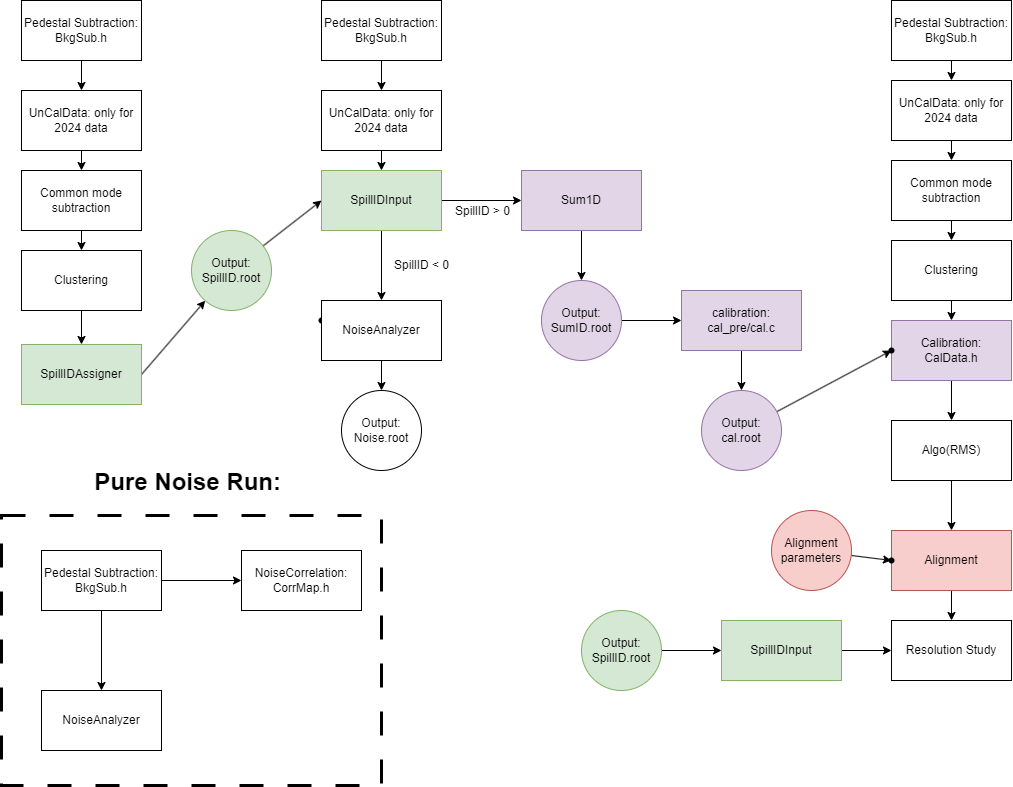
This is doc/data_analyse.drawio.png from Frosch-Qin/HITPAT_data_analyse_2024_08_08, a draw.io export, as it was before one commit. Source tidied: cells renumbered, new cells last; positions are measured from the earlier drawing's top-left corner, leaving out a move shared by most shapes.
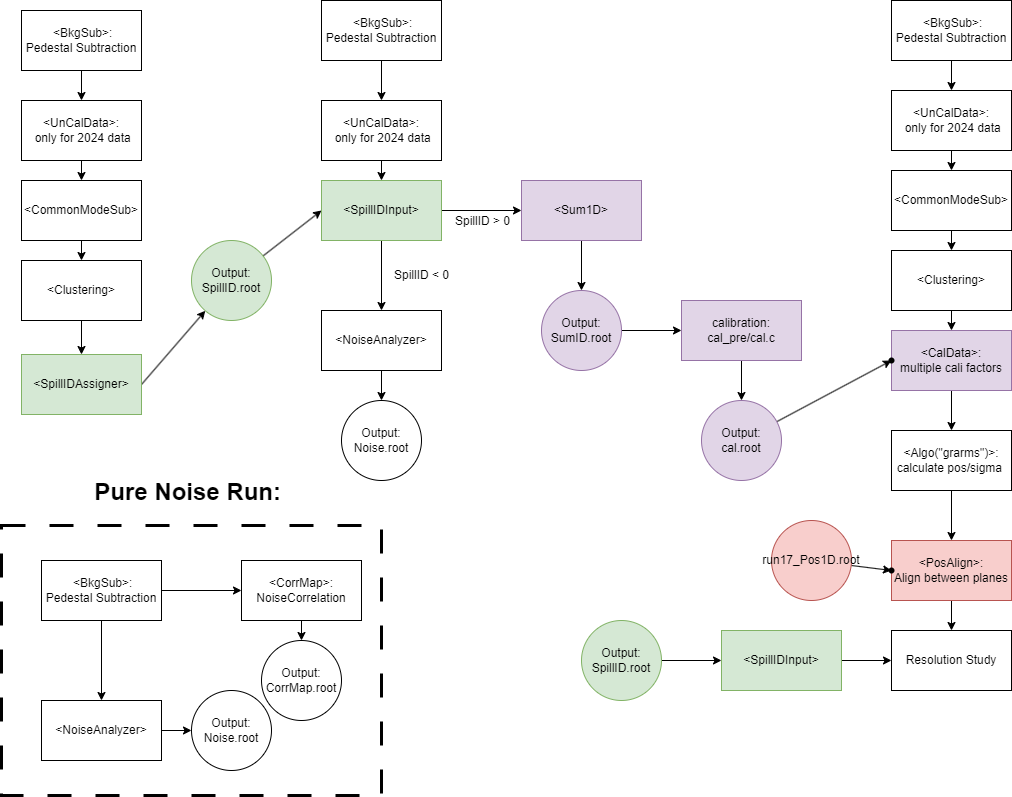
Above is the later version.

Commit message:
update .png block name with functions

Change to the diagram source:
```diff
@@ -8,19 +8,19 @@
     <mxCell id="3" style="edgeStyle=none;html=1;" parent="1" edge="1" source="4" target="40">
       <mxGeometry relative="1" as="geometry" />
     </mxCell>
-    <mxCell id="4" value="Pedestal Subtraction: BkgSub.h" style="rounded=0;whiteSpace=wrap;html=1;" parent="1" vertex="1">
+    <mxCell id="4" value="&amp;nbsp;&amp;lt;BkgSub&amp;gt;:&lt;div&gt;&lt;span style=&quot;color: rgb(0, 0, 0);&quot;&gt;Pedestal Subtraction&lt;/span&gt;&lt;/div&gt;" style="rounded=0;whiteSpace=wrap;html=1;" parent="1" vertex="1">
       <mxGeometry x="20" width="120" height="60" as="geometry" />
     </mxCell>
     <mxCell id="5" style="edgeStyle=none;html=1;" parent="1" edge="1" source="6" target="8">
       <mxGeometry relative="1" as="geometry" />
     </mxCell>
-    <mxCell id="6" value="Clustering" style="rounded=0;whiteSpace=wrap;html=1;" parent="1" vertex="1">
+    <mxCell id="6" value="&amp;lt;Clustering&amp;gt;" style="rounded=0;whiteSpace=wrap;html=1;" parent="1" vertex="1">
       <mxGeometry x="20" y="250" width="120" height="60" as="geometry" />
     </mxCell>
     <mxCell id="7" style="edgeStyle=none;html=1;exitX=1;exitY=0.5;exitDx=0;exitDy=0;" parent="1" edge="1" source="8" target="10">
       <mxGeometry relative="1" as="geometry" />
     </mxCell>
-    <mxCell id="8" value="SpillIDAssigner" style="rounded=0;whiteSpace=wrap;html=1;fillColor=#d5e8d4;strokeColor=#82b366;" parent="1" vertex="1">
+    <mxCell id="8" value="&amp;lt;SpillIDAssigner&amp;gt;" style="rounded=0;whiteSpace=wrap;html=1;fillColor=#d5e8d4;strokeColor=#82b366;" parent="1" vertex="1">
       <mxGeometry x="20" y="344" width="120" height="60" as="geometry" />
     </mxCell>
     <mxCell id="9" style="edgeStyle=none;html=1;entryX=0;entryY=0.5;entryDx=0;entryDy=0;" parent="1" edge="1" source="10" target="16">
@@ -29,12 +29,6 @@
     <mxCell id="10" value="&lt;span style=&quot;color: rgb(0, 0, 0);&quot;&gt;Output: SpillID.root&lt;/span&gt;" style="ellipse;whiteSpace=wrap;html=1;rounded=0;fillColor=#d5e8d4;strokeColor=#82b366;" parent="1" vertex="1">
       <mxGeometry x="190" y="230" width="80" height="80" as="geometry" />
     </mxCell>
-    <mxCell id="11" style="edgeStyle=none;html=1;" parent="1" edge="1" source="12" target="42">
-      <mxGeometry relative="1" as="geometry" />
-    </mxCell>
-    <mxCell id="12" value="Pedestal Subtraction: BkgSub.h" style="rounded=0;whiteSpace=wrap;html=1;" parent="1" vertex="1">
-      <mxGeometry x="320" width="120" height="60" as="geometry" />
-    </mxCell>
     <mxCell id="13" style="edgeStyle=none;html=1;" parent="1" edge="1" source="16" target="19">
       <mxGeometry relative="1" as="geometry" />
     </mxCell>
@@ -46,40 +40,39 @@
         <mxPoint y="5" as="offset" />
       </mxGeometry>
     </mxCell>
-    <mxCell id="16" value="SpillIDInput" style="rounded=0;whiteSpace=wrap;html=1;fillColor=#d5e8d4;strokeColor=#82b366;" parent="1" vertex="1">
+    <mxCell id="16" value="&amp;lt;SpillIDInput&amp;gt;" style="rounded=0;whiteSpace=wrap;html=1;fillColor=#d5e8d4;strokeColor=#82b366;" parent="1" vertex="1">
       <mxGeometry x="320" y="170" width="120" height="60" as="geometry" />
     </mxCell>
-    <mxCell id="17" style="shape=waypoint;sketch=0;size=6;fillColor=default;perimeter=centerPerimeter;rounded=0;" parent="1" vertex="1">
-      <mxGeometry x="310" y="310" width="20" height="20" as="geometry" />
-    </mxCell>
     <mxCell id="18" style="edgeStyle=none;html=1;" parent="1" edge="1" source="19" target="30">
       <mxGeometry relative="1" as="geometry" />
     </mxCell>
-    <mxCell id="19" value="NoiseAnalyzer" style="rounded=0;whiteSpace=wrap;html=1;" parent="1" vertex="1">
+    <mxCell id="19" value="&lt;span style=&quot;color: rgb(0, 0, 0);&quot;&gt;&amp;lt;NoiseAnalyzer&amp;gt;&lt;/span&gt;" style="rounded=0;whiteSpace=wrap;html=1;" parent="1" vertex="1">
       <mxGeometry x="320" y="300" width="120" height="60" as="geometry" />
     </mxCell>
     <mxCell id="20" value="SpillID &amp;lt; 0" style="text;html=1;align=center;verticalAlign=middle;strokeColor=none;fillColor=none;" parent="1" vertex="1">
       <mxGeometry x="380" y="250" width="80" height="30" as="geometry" />
     </mxCell>
-    <mxCell id="21" style="edgeStyle=none;html=1;" parent="1" edge="1" source="23" target="24">
-      <mxGeometry relative="1" as="geometry" />
-    </mxCell>
-    <mxCell id="22" style="edgeStyle=none;html=1;" parent="1" edge="1" source="23" target="25">
-      <mxGeometry relative="1" as="geometry" />
+    <mxCell id="22" style="edgeStyle=none;html=1;" parent="1" edge="1" target="25">
+      <mxGeometry relative="1" as="geometry">
+        <mxPoint x="160" y="580" as="sourcePoint" />
+      </mxGeometry>
     </mxCell>
-    <mxCell id="23" value="Pedestal Subtraction: BkgSub.h" style="rounded=0;whiteSpace=wrap;html=1;" parent="1" vertex="1">
-      <mxGeometry x="40" y="550" width="120" height="60" as="geometry" />
-    </mxCell>
+    <mxCell id="64" style="edgeStyle=none;html=1;" parent="1" edge="1" source="24" target="72">
+      <mxGeometry relative="1" as="geometry" />
+    </mxCell>
-    <mxCell id="24" value="NoiseAnalyzer" style="rounded=0;whiteSpace=wrap;html=1;" parent="1" vertex="1">
+    <mxCell id="24" value="&amp;lt;NoiseAnalyzer&amp;gt;" style="rounded=0;whiteSpace=wrap;html=1;" parent="1" vertex="1">
       <mxGeometry x="40" y="690" width="120" height="60" as="geometry" />
     </mxCell>
+    <mxCell id="65" style="edgeStyle=none;html=1;" parent="1" edge="1" source="25" target="73">
+      <mxGeometry relative="1" as="geometry" />
+    </mxCell>
-    <mxCell id="25" value="NoiseCorrelation:&lt;div&gt;CorrMap.h&lt;/div&gt;" style="rounded=0;whiteSpace=wrap;html=1;" parent="1" vertex="1">
+    <mxCell id="25" value="&lt;div&gt;&amp;lt;CorrMap&amp;gt;:&lt;/div&gt;&lt;div&gt;&lt;span style=&quot;color: rgb(0, 0, 0);&quot;&gt;NoiseCorrelation&lt;/span&gt;&lt;/div&gt;" style="rounded=0;whiteSpace=wrap;html=1;" parent="1" vertex="1">
       <mxGeometry x="240" y="550" width="120" height="60" as="geometry" />
     </mxCell>
     <mxCell id="26" style="edgeStyle=none;html=1;" parent="1" edge="1" source="27" target="29">
       <mxGeometry relative="1" as="geometry" />
     </mxCell>
-    <mxCell id="27" value="Sum1D" style="rounded=0;whiteSpace=wrap;html=1;fillColor=#e1d5e7;strokeColor=#9673a6;" parent="1" vertex="1">
+    <mxCell id="27" value="&amp;lt;Sum1D&amp;gt;" style="rounded=0;whiteSpace=wrap;html=1;fillColor=#e1d5e7;strokeColor=#9673a6;" parent="1" vertex="1">
       <mxGeometry x="520" y="170" width="120" height="60" as="geometry" />
     </mxCell>
     <mxCell id="28" style="edgeStyle=none;html=1;" parent="1" edge="1" source="29" target="32">
@@ -103,52 +96,46 @@
     <mxCell id="34" value="Output: cal.root" style="ellipse;whiteSpace=wrap;html=1;rounded=0;fillColor=#e1d5e7;strokeColor=#9673a6;" parent="1" vertex="1">
       <mxGeometry x="700" y="390" width="80" height="80" as="geometry" />
     </mxCell>
-    <mxCell id="35" style="edgeStyle=none;html=1;entryX=0.5;entryY=0;entryDx=0;entryDy=0;" parent="1" edge="1" source="36" target="48">
-      <mxGeometry relative="1" as="geometry" />
-    </mxCell>
-    <mxCell id="36" value="Pedestal Subtraction: BkgSub.h" style="rounded=0;whiteSpace=wrap;html=1;" parent="1" vertex="1">
-      <mxGeometry x="890" width="120" height="60" as="geometry" />
-    </mxCell>
     <mxCell id="37" style="edgeStyle=none;html=1;" parent="1" edge="1" source="38" target="6">
       <mxGeometry relative="1" as="geometry" />
     </mxCell>
-    <mxCell id="38" value="Common mode subtraction" style="rounded=0;whiteSpace=wrap;html=1;" parent="1" vertex="1">
+    <mxCell id="38" value="&amp;lt;CommonModeSub&amp;gt;" style="rounded=0;whiteSpace=wrap;html=1;" parent="1" vertex="1">
       <mxGeometry x="20" y="170" width="120" height="60" as="geometry" />
     </mxCell>
     <mxCell id="39" style="edgeStyle=none;html=1;" parent="1" edge="1" source="40" target="38">
       <mxGeometry relative="1" as="geometry" />
     </mxCell>
-    <mxCell id="40" value="UnCalData: only for 2024 data" style="rounded=0;whiteSpace=wrap;html=1;" parent="1" vertex="1">
+    <mxCell id="40" value="&amp;lt;UnCalData&amp;gt;:&lt;div&gt;&amp;nbsp;only for 2024 data&lt;/div&gt;" style="rounded=0;whiteSpace=wrap;html=1;" parent="1" vertex="1">
       <mxGeometry x="20" y="90" width="120" height="60" as="geometry" />
     </mxCell>
     <mxCell id="41" style="edgeStyle=none;html=1;entryX=0.5;entryY=0;entryDx=0;entryDy=0;" parent="1" edge="1" source="42" target="16">
       <mxGeometry relative="1" as="geometry" />
     </mxCell>
-    <mxCell id="42" value="UnCalData: only for 2024 data" style="rounded=0;whiteSpace=wrap;html=1;" parent="1" vertex="1">
+    <mxCell id="42" value="&lt;span style=&quot;color: rgb(0, 0, 0);&quot;&gt;&amp;lt;UnCalData&amp;gt;:&lt;/span&gt;&lt;div&gt;&amp;nbsp;only for 2024 data&lt;/div&gt;" style="rounded=0;whiteSpace=wrap;html=1;" parent="1" vertex="1">
       <mxGeometry x="320" y="90" width="120" height="60" as="geometry" />
     </mxCell>
     <mxCell id="43" style="edgeStyle=none;html=1;" parent="1" edge="1" source="44" target="50">
       <mxGeometry relative="1" as="geometry" />
     </mxCell>
-    <mxCell id="44" value="Clustering" style="rounded=0;whiteSpace=wrap;html=1;" parent="1" vertex="1">
+    <mxCell id="44" value="&lt;span style=&quot;color: rgb(0, 0, 0);&quot;&gt;&amp;lt;Clustering&amp;gt;&lt;/span&gt;" style="rounded=0;whiteSpace=wrap;html=1;" parent="1" vertex="1">
       <mxGeometry x="890" y="240" width="120" height="60" as="geometry" />
     </mxCell>
     <mxCell id="45" style="edgeStyle=none;html=1;" parent="1" edge="1" source="46" target="44">
       <mxGeometry relative="1" as="geometry" />
     </mxCell>
-    <mxCell id="46" value="Common mode subtraction" style="rounded=0;whiteSpace=wrap;html=1;" parent="1" vertex="1">
+    <mxCell id="46" value="&lt;span style=&quot;color: rgb(0, 0, 0);&quot;&gt;&amp;lt;CommonModeSub&amp;gt;&lt;/span&gt;" style="rounded=0;whiteSpace=wrap;html=1;" parent="1" vertex="1">
       <mxGeometry x="890" y="160" width="120" height="60" as="geometry" />
     </mxCell>
     <mxCell id="47" style="edgeStyle=none;html=1;" parent="1" edge="1" source="48" target="46">
       <mxGeometry relative="1" as="geometry" />
     </mxCell>
-    <mxCell id="48" value="UnCalData: only for 2024 data" style="rounded=0;whiteSpace=wrap;html=1;" parent="1" vertex="1">
+    <mxCell id="48" value="&lt;span style=&quot;color: rgb(0, 0, 0);&quot;&gt;&amp;lt;UnCalData&amp;gt;:&lt;/span&gt;&lt;div&gt;&amp;nbsp;only for 2024 data&lt;/div&gt;" style="rounded=0;whiteSpace=wrap;html=1;" parent="1" vertex="1">
       <mxGeometry x="890" y="80" width="120" height="60" as="geometry" />
     </mxCell>
     <mxCell id="49" style="edgeStyle=none;html=1;" parent="1" edge="1" source="50" target="53">
       <mxGeometry relative="1" as="geometry" />
     </mxCell>
-    <mxCell id="50" value="Calibration:&lt;div&gt;CalData.h&lt;/div&gt;" style="rounded=0;whiteSpace=wrap;html=1;fillColor=#e1d5e7;strokeColor=#9673a6;" parent="1" vertex="1">
+    <mxCell id="50" value="&lt;div&gt;&amp;lt;CalData&amp;gt;:&lt;/div&gt;&lt;div&gt;multiple cali factors&lt;/div&gt;" style="rounded=0;whiteSpace=wrap;html=1;fillColor=#e1d5e7;strokeColor=#9673a6;" parent="1" vertex="1">
       <mxGeometry x="890" y="320" width="120" height="60" as="geometry" />
     </mxCell>
     <mxCell id="51" style="shape=waypoint;sketch=0;size=6;points=[];fillColor=default;perimeter=centerPerimeter;snapToPoint=1;rounded=0;" parent="1" vertex="1">
@@ -157,13 +144,13 @@
     <mxCell id="52" style="edgeStyle=none;html=1;" parent="1" edge="1" source="53" target="55">
       <mxGeometry relative="1" as="geometry" />
     </mxCell>
-    <mxCell id="53" value="Algo(RMS)" style="rounded=0;whiteSpace=wrap;html=1;" parent="1" vertex="1">
+    <mxCell id="53" value="&amp;lt;Algo(&quot;grarms&quot;)&amp;gt;:&lt;div&gt;calculate pos/sigma&amp;nbsp;&lt;/div&gt;" style="rounded=0;whiteSpace=wrap;html=1;" parent="1" vertex="1">
       <mxGeometry x="890" y="420" width="120" height="60" as="geometry" />
     </mxCell>
     <mxCell id="54" style="edgeStyle=none;html=1;" parent="1" edge="1" source="55" target="56">
       <mxGeometry relative="1" as="geometry" />
     </mxCell>
-    <mxCell id="55" value="Alignment" style="rounded=0;whiteSpace=wrap;html=1;fillColor=#f8cecc;strokeColor=#b85450;" parent="1" vertex="1">
+    <mxCell id="55" value="&amp;lt;PosAlign&amp;gt;:&lt;div&gt;Align between planes&lt;/div&gt;" style="rounded=0;whiteSpace=wrap;html=1;fillColor=#f8cecc;strokeColor=#b85450;" parent="1" vertex="1">
       <mxGeometry x="890" y="530" width="120" height="60" as="geometry" />
     </mxCell>
     <mxCell id="56" value="Resolution Study" style="rounded=0;whiteSpace=wrap;html=1;" parent="1" vertex="1">
@@ -172,7 +159,7 @@
     <mxCell id="57" style="edgeStyle=none;html=1;" parent="1" edge="1" source="58" target="59">
       <mxGeometry relative="1" as="geometry" />
     </mxCell>
-    <mxCell id="58" value="Alignment parameters" style="ellipse;whiteSpace=wrap;html=1;rounded=0;fillColor=#f8cecc;strokeColor=#b85450;" parent="1" vertex="1">
+    <mxCell id="58" value="run17_Pos1D.root" style="ellipse;whiteSpace=wrap;html=1;rounded=0;fillColor=#f8cecc;strokeColor=#b85450;" parent="1" vertex="1">
       <mxGeometry x="770" y="510" width="80" height="80" as="geometry" />
     </mxCell>
     <mxCell id="59" style="shape=waypoint;sketch=0;size=6;points=[];fillColor=default;perimeter=centerPerimeter;snapToPoint=1;rounded=0;" parent="1" vertex="1">
@@ -187,8 +174,32 @@
     <mxCell id="62" style="edgeStyle=none;html=1;" parent="1" edge="1" source="63" target="56">
       <mxGeometry relative="1" as="geometry" />
     </mxCell>
-    <mxCell id="63" value="SpillIDInput" style="rounded=0;whiteSpace=wrap;html=1;fillColor=#d5e8d4;strokeColor=#82b366;" parent="1" vertex="1">
+    <mxCell id="63" value="&lt;span style=&quot;color: rgb(0, 0, 0);&quot;&gt;&amp;lt;SpillIDInput&amp;gt;&lt;/span&gt;" style="rounded=0;whiteSpace=wrap;html=1;fillColor=#d5e8d4;strokeColor=#82b366;" parent="1" vertex="1">
       <mxGeometry x="720" y="620" width="120" height="60" as="geometry" />
     </mxCell>
+    <mxCell id="66" style="edgeStyle=none;html=1;" parent="1" edge="1" source="67" target="42">
+      <mxGeometry relative="1" as="geometry" />
+    </mxCell>
+    <mxCell id="67" value="&amp;nbsp;&amp;lt;BkgSub&amp;gt;:&lt;div&gt;&lt;span style=&quot;color: rgb(0, 0, 0);&quot;&gt;Pedestal Subtraction&lt;/span&gt;&lt;/div&gt;" style="rounded=0;whiteSpace=wrap;html=1;" parent="1" vertex="1">
+      <mxGeometry x="320" y="-10" width="120" height="60" as="geometry" />
+    </mxCell>
+    <mxCell id="68" style="edgeStyle=none;html=1;" parent="1" edge="1" source="69" target="48">
+      <mxGeometry relative="1" as="geometry" />
+    </mxCell>
+    <mxCell id="69" value="&amp;nbsp;&amp;lt;BkgSub&amp;gt;:&lt;div&gt;&lt;span style=&quot;color: rgb(0, 0, 0);&quot;&gt;Pedestal Subtraction&lt;/span&gt;&lt;/div&gt;" style="rounded=0;whiteSpace=wrap;html=1;" parent="1" vertex="1">
+      <mxGeometry x="890" y="-10" width="120" height="60" as="geometry" />
+    </mxCell>
+    <mxCell id="70" style="edgeStyle=none;html=1;" parent="1" edge="1" source="71" target="24">
+      <mxGeometry relative="1" as="geometry" />
+    </mxCell>
+    <mxCell id="71" value="&amp;nbsp;&amp;lt;BkgSub&amp;gt;:&lt;div&gt;&lt;span style=&quot;color: rgb(0, 0, 0);&quot;&gt;Pedestal Subtraction&lt;/span&gt;&lt;/div&gt;" style="rounded=0;whiteSpace=wrap;html=1;" parent="1" vertex="1">
+      <mxGeometry x="40" y="550" width="120" height="60" as="geometry" />
+    </mxCell>
+    <mxCell id="72" value="Output:&lt;div&gt;Noise.root&lt;/div&gt;" style="ellipse;whiteSpace=wrap;html=1;rounded=0;" parent="1" vertex="1">
+      <mxGeometry x="190" y="680" width="80" height="80" as="geometry" />
+    </mxCell>
+    <mxCell id="73" value="Output:&lt;div&gt;CorrMap.root&lt;/div&gt;" style="ellipse;whiteSpace=wrap;html=1;rounded=0;" parent="1" vertex="1">
+      <mxGeometry x="260" y="630" width="80" height="80" as="geometry" />
+    </mxCell>
   </root>
 </mxGraphModel>
```
